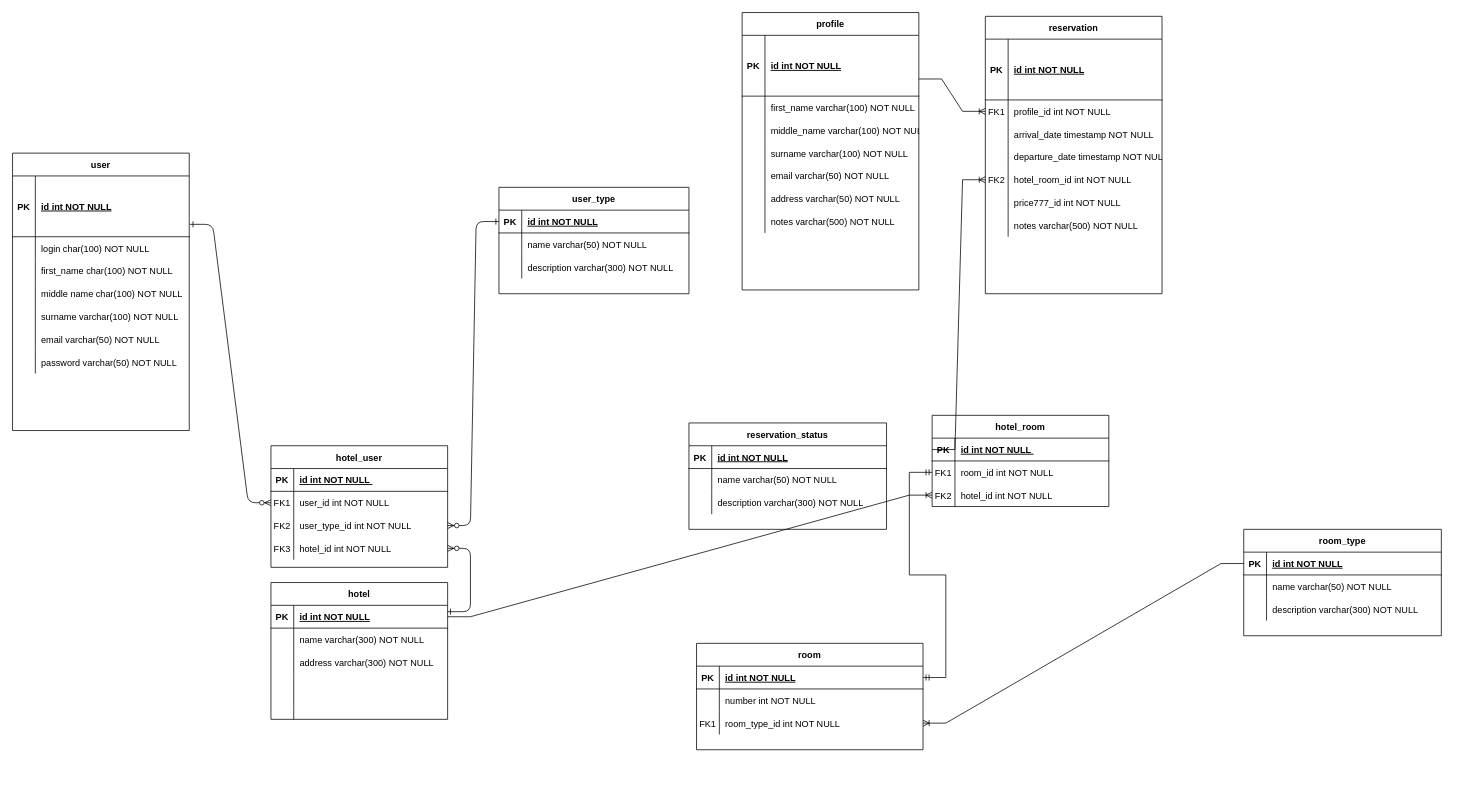
The draw.io diagram dbschema.drawio in Zinnur/hotel-service, before the edit. Source tidied: cells renumbered, new cells numbered last; positions are measured from the earlier drawing's top-left corner, leaving out a move shared by most shapes. Both pictures are drawn from the tidied source at 76%, with x=0, y=0 at pixel (12, 12).
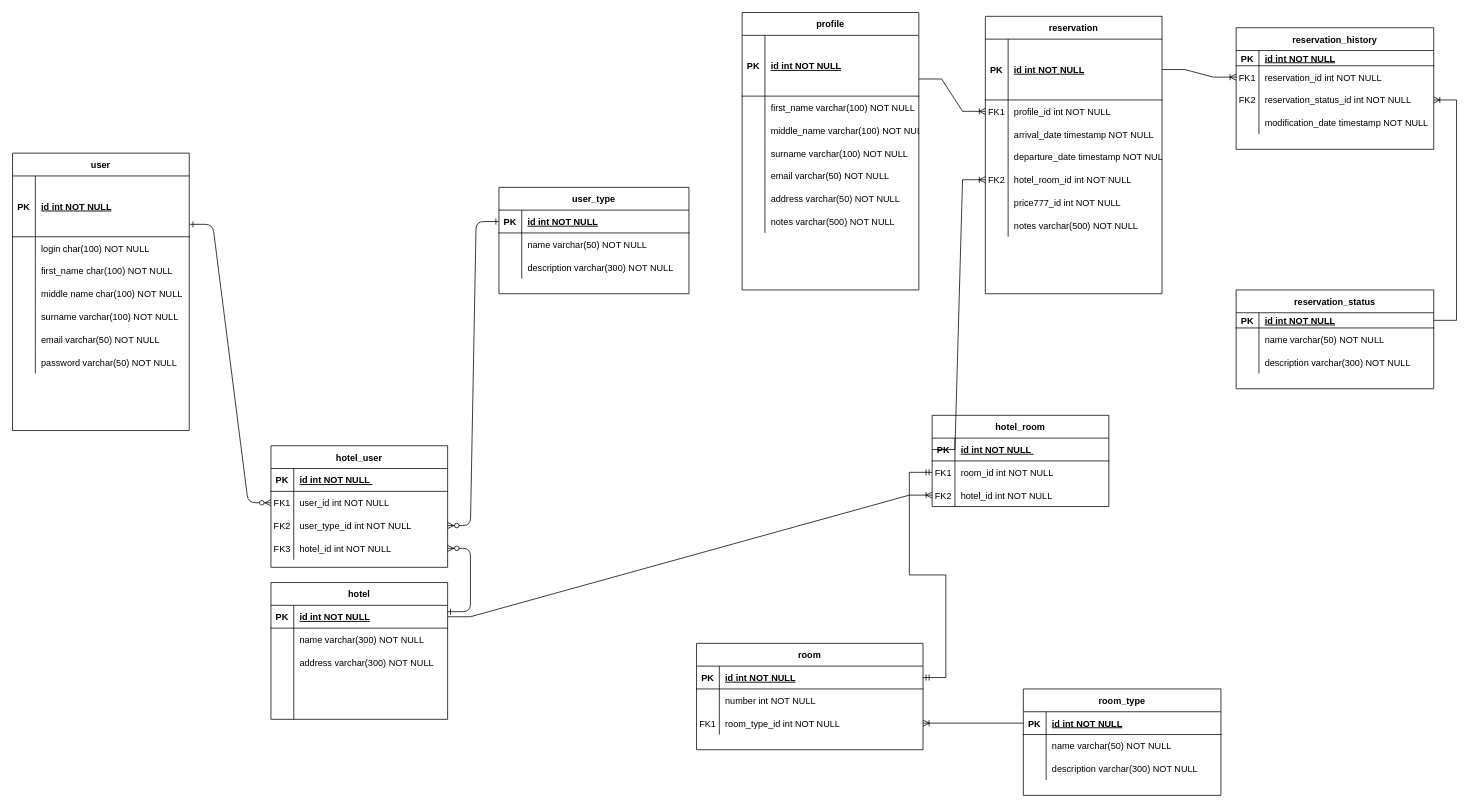
The same diagram, later.

Commit message:
Profile and reservation + tables have been added

Unchanged cells that the change refers to:
```xml
<mxCell id="133" style="shape=partialRectangle;fillColor=none;top=0;left=0;bottom=1;right=0;points=[[0,0.5],[1,0.5]];portConstraint=eastwest;" parent="132" vertex="1">
  <mxGeometry y="30" width="232.5" height="80" as="geometry" />
</mxCell>
```

What changed in the source:
```diff
@@
     <mxCell id="65" value="room_type" style="shape=table;startSize=30;childLayout=tableLayout;rowLines=0;fontStyle=1;align=center;" parent="1" vertex="1">
-      <mxGeometry x="1620" y="680" width="260" height="140" as="geometry" />
+      <mxGeometry x="1330" y="890" width="260" height="140" as="geometry" />
     </mxCell>
@@
     <mxCell id="76" value="reservation_status" style="shape=table;startSize=30;childLayout=tableLayout;rowLines=0;fontStyle=1;align=center;" parent="1" vertex="1">
-      <mxGeometry x="890" y="540" width="260" height="140" as="geometry" />
+      <mxGeometry x="1610" y="365" width="260" height="130" as="geometry" />
     </mxCell>
     <mxCell id="77" style="shape=partialRectangle;fillColor=none;top=0;left=0;bottom=1;right=0;points=[[0,0.5],[1,0.5]];portConstraint=eastwest;" parent="76" vertex="1">
-      <mxGeometry y="30" width="260" height="30" as="geometry" />
+      <mxGeometry y="30" width="260" height="20" as="geometry" />
     </mxCell>
     <mxCell id="78" value="PK" style="shape=partialRectangle;fillColor=none;top=0;left=0;bottom=0;right=0;fontStyle=1;overflow=hidden;" parent="77" vertex="1">
-      <mxGeometry width="30" height="30" as="geometry" />
+      <mxGeometry width="30" height="20" as="geometry" />
     </mxCell>
     <mxCell id="79" value="id int NOT NULL" style="shape=partialRectangle;fillColor=none;top=0;left=0;bottom=0;right=0;align=left;spacingLeft=6;fontStyle=5;overflow=hidden;" parent="77" vertex="1">
-      <mxGeometry x="30" width="230" height="30" as="geometry" />
+      <mxGeometry x="30" width="230" height="20" as="geometry" />
     </mxCell>
     <mxCell id="80" style="shape=partialRectangle;fillColor=none;top=0;left=0;bottom=0;right=0;" parent="76" vertex="1">
-      <mxGeometry y="60" width="260" height="30" as="geometry" />
+      <mxGeometry y="50" width="260" height="30" as="geometry" />
     </mxCell>
@@
     <mxCell id="83" style="shape=partialRectangle;fillColor=none;top=0;left=0;bottom=0;right=0;" parent="76" vertex="1">
-      <mxGeometry y="90" width="260" height="30" as="geometry" />
+      <mxGeometry y="80" width="260" height="30" as="geometry" />
     </mxCell>
@@
+    <mxCell id="156" value="reservation_history" style="shape=table;startSize=30;childLayout=tableLayout;rowLines=0;fontStyle=1;align=center;" parent="1" vertex="1">
+      <mxGeometry x="1610" y="20" width="260" height="160" as="geometry" />
+    </mxCell>
+    <mxCell id="157" style="shape=partialRectangle;fillColor=none;top=0;left=0;bottom=1;right=0;" parent="156" vertex="1">
+      <mxGeometry y="30" width="260" height="20" as="geometry" />
+    </mxCell>
+    <mxCell id="158" value="PK" style="shape=partialRectangle;fillColor=none;top=0;left=0;bottom=0;right=0;fontStyle=1;overflow=hidden;" parent="157" vertex="1">
+      <mxGeometry width="30" height="20" as="geometry" />
+    </mxCell>
+    <mxCell id="159" value="id int NOT NULL" style="shape=partialRectangle;fillColor=none;top=0;left=0;bottom=0;right=0;align=left;spacingLeft=6;fontStyle=5;overflow=hidden;" parent="157" vertex="1">
+      <mxGeometry x="30" width="230" height="20" as="geometry" />
+    </mxCell>
+    <mxCell id="160" style="shape=partialRectangle;fillColor=none;top=0;left=0;bottom=0;right=0;points=[[0,0.5],[1,0.5]];portConstraint=eastwest;" parent="156" vertex="1">
+      <mxGeometry y="50" width="260" height="30" as="geometry" />
+    </mxCell>
+    <mxCell id="161" value="FK1" style="shape=partialRectangle;fillColor=none;top=0;left=0;bottom=0;right=0;overflow=hidden;" parent="160" vertex="1">
+      <mxGeometry width="30" height="30" as="geometry" />
+    </mxCell>
+    <mxCell id="162" value="reservation_id int NOT NULL" style="shape=partialRectangle;fillColor=none;top=0;left=0;bottom=0;right=0;align=left;spacingLeft=6;overflow=hidden;" parent="160" vertex="1">
+      <mxGeometry x="30" width="230" height="30" as="geometry" />
+    </mxCell>
+    <mxCell id="163" style="shape=partialRectangle;fillColor=none;top=0;left=0;bottom=0;right=0;points=[[0,0.5],[1,0.5]];portConstraint=eastwest;" parent="156" vertex="1">
+      <mxGeometry y="80" width="260" height="30" as="geometry" />
+    </mxCell>
+    <mxCell id="164" value="FK2" style="shape=partialRectangle;fillColor=none;top=0;left=0;bottom=0;right=0;overflow=hidden;" parent="163" vertex="1">
+      <mxGeometry width="30" height="30" as="geometry" />
+    </mxCell>
+    <mxCell id="165" value="reservation_status_id int NOT NULL" style="shape=partialRectangle;fillColor=none;top=0;left=0;bottom=0;right=0;align=left;spacingLeft=6;overflow=hidden;" parent="163" vertex="1">
+      <mxGeometry x="30" width="230" height="30" as="geometry" />
+    </mxCell>
+    <mxCell id="166" style="shape=partialRectangle;fillColor=none;top=0;left=0;bottom=0;right=0;" parent="156" vertex="1">
+      <mxGeometry y="110" width="260" height="30" as="geometry" />
+    </mxCell>
+    <mxCell id="167" style="shape=partialRectangle;fillColor=none;top=0;left=0;bottom=0;right=0;overflow=hidden;" parent="166" vertex="1">
+      <mxGeometry width="30" height="30" as="geometry" />
+    </mxCell>
+    <mxCell id="168" value="modification_date timestamp NOT NULL" style="shape=partialRectangle;fillColor=none;top=0;left=0;bottom=0;right=0;align=left;spacingLeft=6;overflow=hidden;" parent="166" vertex="1">
+      <mxGeometry x="30" width="230" height="30" as="geometry" />
+    </mxCell>
+    <mxCell id="169" style="edgeStyle=entityRelationEdgeStyle;fontSize=12;html=1;endArrow=ERoneToMany;rounded=0;exitX=1;exitY=0.5;exitDx=0;exitDy=0;entryX=1;entryY=0.5;entryDx=0;entryDy=0;" parent="1" edge="1" source="77" target="163">
+      <mxGeometry relative="1" as="geometry" />
+    </mxCell>
+    <mxCell id="170" style="edgeStyle=entityRelationEdgeStyle;fontSize=12;html=1;endArrow=ERoneToMany;rounded=0;entryX=0;entryY=0.5;entryDx=0;entryDy=0;exitX=1;exitY=0.5;exitDx=0;exitDy=0;" parent="1" edge="1" source="133" target="160">
+      <mxGeometry relative="1" as="geometry" />
+    </mxCell>
```
